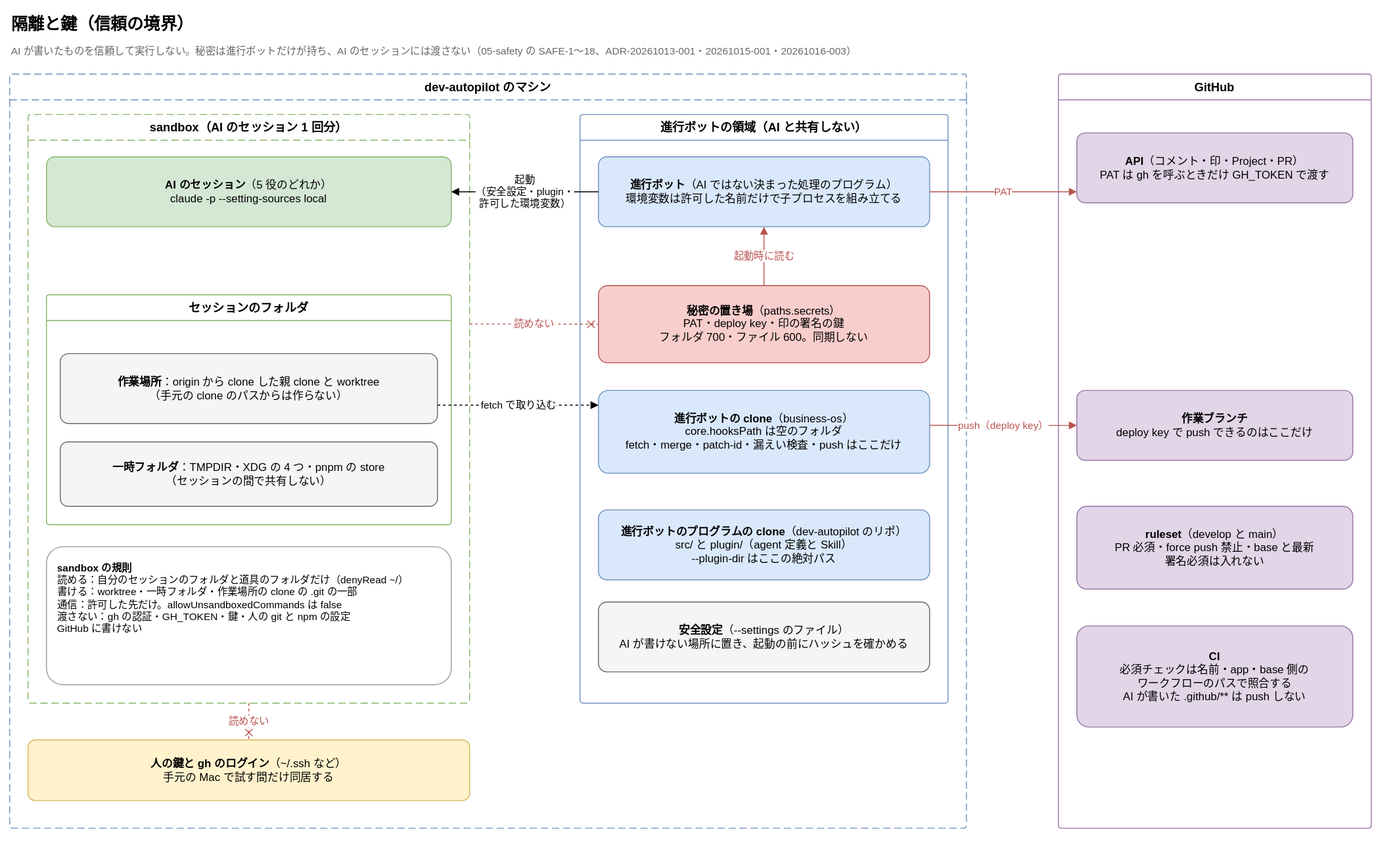
Before: docs/diagrams/isolation-and-keys.drawio.svg, a diagram exported from draw.io (Joymerrevent/dev-autopilot). Source tidied: cells renumbered, new cells last; positions are measured from the earlier drawing's top-left corner, leaving out a move shared by most shapes.
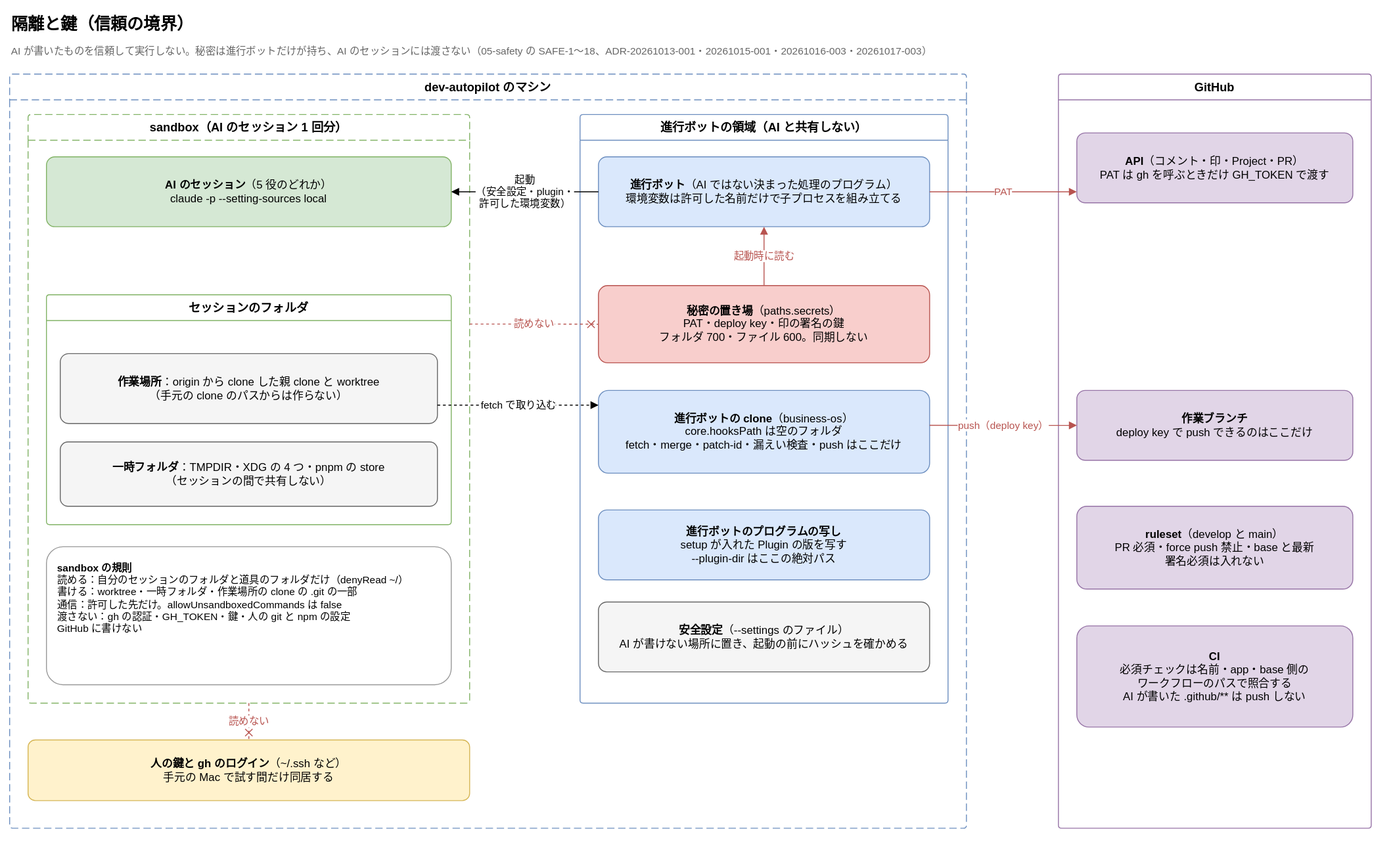
The same diagram one commit later.

Commit message:
docs: 構成・全体・隔離と鍵の図を、Plugin に同封して写しから動かす形に直す

The edit, as a diff of the source:
```diff
@@ -5,7 +5,7 @@
     <mxCell id="2" value="隔離と鍵（信頼の境界）" style="text;html=1;whiteSpace=wrap;align=left;verticalAlign=middle;fontSize=18;fontStyle=1;" parent="1" vertex="1">
       <mxGeometry width="900" height="32" as="geometry" />
     </mxCell>
-    <mxCell id="3" value="AI が書いたものを信頼して実行しない。秘密は進行ボットだけが持ち、AI のセッションには渡さない（05-safety の SAFE-1〜18、ADR-20261013-001・20261015-001・20261016-003）" style="text;html=1;whiteSpace=wrap;align=left;verticalAlign=top;fontSize=11;fontColor=#666666;" parent="1" vertex="1">
+    <mxCell id="3" value="AI が書いたものを信頼して実行しない。秘密は進行ボットだけが持ち、AI のセッションには渡さない（05-safety の SAFE-1〜18、ADR-20261013-001・20261015-001・20261016-003・20261017-003）" style="text;html=1;whiteSpace=wrap;align=left;verticalAlign=top;fontSize=11;fontColor=#666666;" parent="1" vertex="1">
       <mxGeometry y="32" width="1480" height="22" as="geometry" />
     </mxCell>
     <mxCell id="4" value="dev-autopilot のマシン" style="swimlane;startSize=28;html=1;whiteSpace=wrap;rounded=1;arcSize=4;dashed=1;dashPattern=8 4;fontStyle=1;fontSize=13;strokeColor=#6c8ebf;fillColor=none;swimlaneFillColor=none;" parent="1" vertex="1">
@@ -41,7 +41,7 @@
     <mxCell id="14" value="&lt;b&gt;進行ボットの clone&lt;/b&gt;（business-os）&lt;br&gt;core.hooksPath は空のフォルダ&lt;br&gt;fetch・merge・patch-id・漏えい検査・push はここだけ" style="rounded=1;whiteSpace=wrap;html=1;fontSize=12;arcSize=12;fillColor=#dae8fc;strokeColor=#6c8ebf;spacing=12;" parent="11" vertex="1">
       <mxGeometry x="20" y="300" width="360" height="90" as="geometry" />
     </mxCell>
-    <mxCell id="15" value="&lt;b&gt;進行ボットのプログラムの clone&lt;/b&gt;（dev-autopilot のリポ）&lt;br&gt;src/ と plugin/（agent 定義と Skill）&lt;br&gt;--plugin-dir はここの絶対パス" style="rounded=1;whiteSpace=wrap;html=1;fontSize=12;arcSize=12;fillColor=#dae8fc;strokeColor=#6c8ebf;spacing=12;" parent="11" vertex="1">
+    <mxCell id="15" value="&lt;b&gt;進行ボットのプログラムの写し&lt;/b&gt;&lt;br&gt;setup が入れた Plugin の版を写す&lt;br&gt;--plugin-dir はここの絶対パス" style="rounded=1;whiteSpace=wrap;html=1;fontSize=12;arcSize=12;fillColor=#dae8fc;strokeColor=#6c8ebf;spacing=12;" parent="11" vertex="1">
       <mxGeometry x="20" y="430" width="360" height="76" as="geometry" />
     </mxCell>
     <mxCell id="16" value="&lt;b&gt;安全設定&lt;/b&gt;（--settings のファイル）&lt;br&gt;AI が書けない場所に置き、起動の前にハッシュを確かめる" style="rounded=1;whiteSpace=wrap;html=1;fontSize=12;arcSize=12;fillColor=#f5f5f5;strokeColor=#666666;spacing=12;" parent="11" vertex="1">
```
